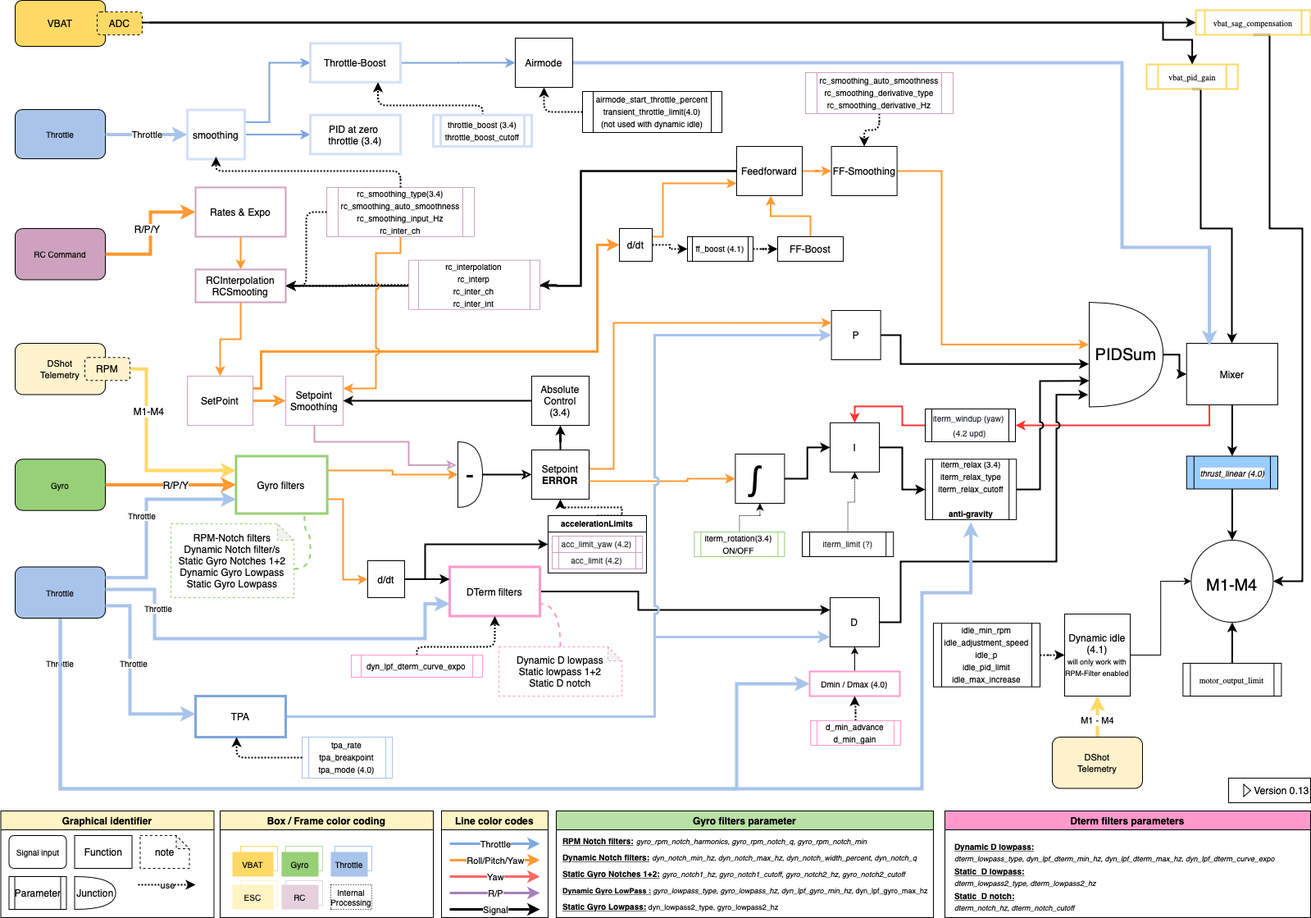
mrRobot62/betaflight_processing keeps this draw.io diagram as bf-4.2_processing-workflow.png. Above is the earlier version. Source tidied: cells renumbered, new cells last; positions are measured from the earlier drawing's top-left corner, leaving out a move shared by most shapes.
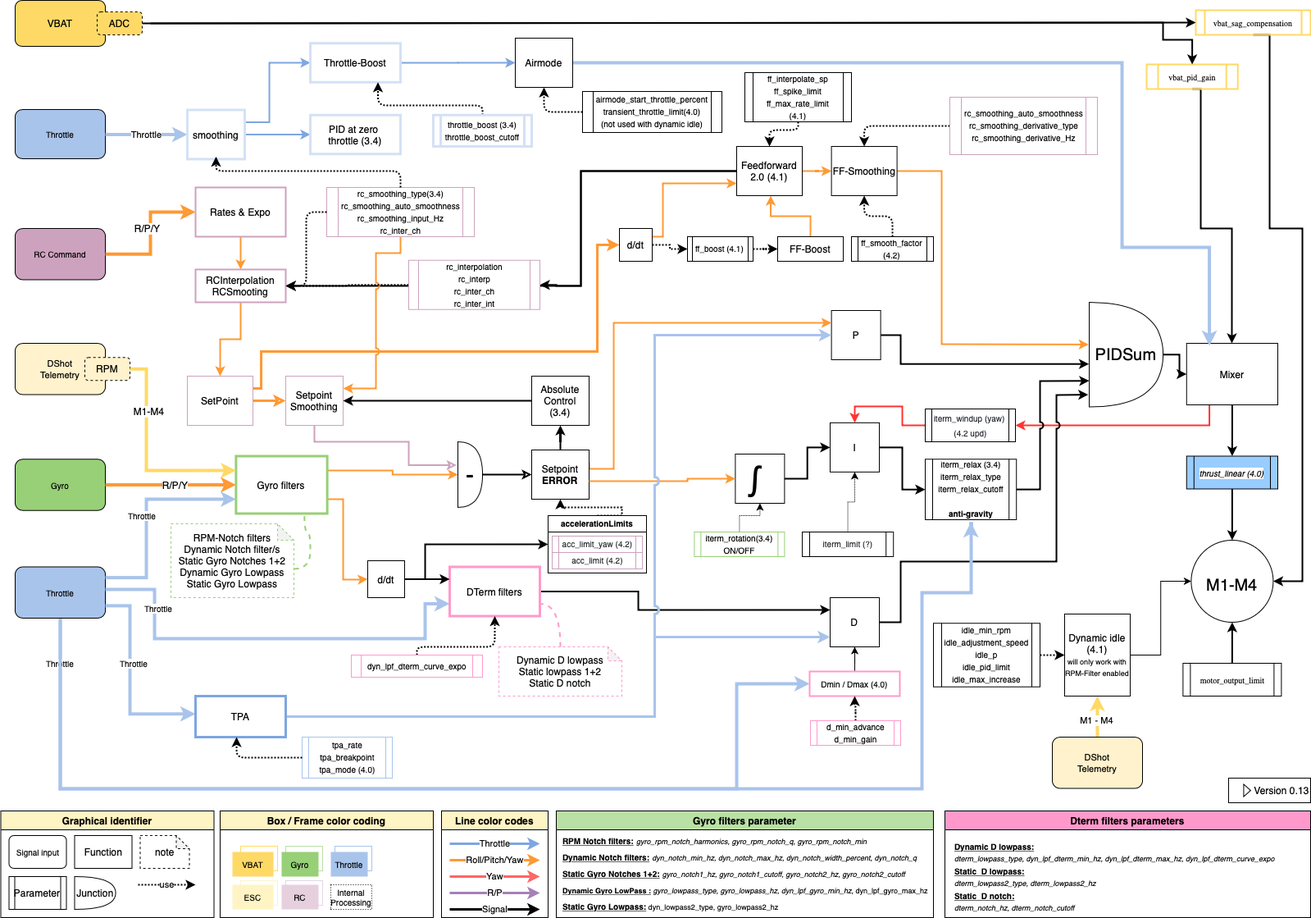
After the commit.

The edit, as a diff of the source:
```diff
@@ -169,6 +169,17 @@
     <mxCell id="47" style="edgeStyle=orthogonalEdgeStyle;rounded=0;jettySize=auto;html=1;entryX=0;entryY=0.5;entryDx=0;entryDy=0;dashed=1;dashPattern=1 1;strokeWidth=2;" parent="1" edge="1" source="122" target="174">
       <mxGeometry relative="1" as="geometry" />
     </mxCell>
+    <mxCell id="194" style="edgeStyle=orthogonalEdgeStyle;rounded=1;jettySize=auto;html=1;dashed=1;dashPattern=1 1;strokeWidth=2;exitX=0.5;exitY=1;exitDx=0;exitDy=0;" parent="1" edge="1" source="197" target="120">
+      <mxGeometry relative="1" as="geometry">
+        <Array as="points">
+          <mxPoint x="973" y="158" />
+          <mxPoint x="938" y="158" />
+        </Array>
+      </mxGeometry>
+    </mxCell>
+    <mxCell id="195" style="edgeStyle=orthogonalEdgeStyle;rounded=1;jettySize=auto;html=1;entryX=0.5;entryY=1;entryDx=0;entryDy=0;dashed=1;dashPattern=1 1;strokeWidth=2;" parent="1" edge="1" source="196" target="124">
+      <mxGeometry relative="1" as="geometry" />
+    </mxCell>
     <mxCell id="48" value="Central" parent="0" />
     <mxCell id="49" value="&lt;font style=&quot;font-size: 20px&quot;&gt;M1-M4&lt;/font&gt;" style="verticalLabelPosition=middle;shadow=0;dashed=0;align=center;html=1;verticalAlign=middle;strokeWidth=1;shape=ellipse;fontSize=32;perimeter=ellipsePerimeter;" parent="48" vertex="1">
       <mxGeometry x="1452.4" y="658" width="100" height="100" as="geometry" />
@@ -487,7 +498,7 @@
         </Array>
       </mxGeometry>
     </mxCell>
-    <mxCell id="120" value="Feedforward" style="whiteSpace=wrap;html=1;fillColor=#FFFFFF;fontSize=12;" parent="48" vertex="1">
+    <mxCell id="120" value="Feedforward 2.0 (4.1)" style="whiteSpace=wrap;html=1;fillColor=#FFFFFF;fontSize=12;" parent="48" vertex="1">
       <mxGeometry x="898" y="178" width="80" height="60" as="geometry" />
     </mxCell>
     <mxCell id="121" style="edgeStyle=orthogonalEdgeStyle;rounded=0;jumpStyle=arc;jettySize=auto;html=1;entryX=0;entryY=0.75;entryDx=0;entryDy=0;strokeWidth=2;exitX=1;exitY=0.25;exitDx=0;exitDy=0;strokeColor=#FF9933;" parent="48" edge="1" source="122" target="120">
@@ -754,7 +765,7 @@
       <mxGeometry relative="1" as="geometry" />
     </mxCell>
     <mxCell id="172" value="&lt;div class=&quot;page&quot; title=&quot;Page 1&quot;&gt;&lt;div class=&quot;section&quot;&gt;&lt;div class=&quot;layoutArea&quot;&gt;&lt;div class=&quot;column&quot;&gt;&lt;div class=&quot;page&quot; title=&quot;Page 1&quot;&gt;&lt;div class=&quot;section&quot;&gt;&lt;div class=&quot;layoutArea&quot; style=&quot;font-size: 10px&quot;&gt;&lt;div class=&quot;column&quot; style=&quot;line-height: 50%&quot;&gt;&lt;p&gt;&lt;span&gt;rc_smoothing_auto_smoothness&lt;/span&gt;&lt;br&gt;&lt;/p&gt;&lt;p&gt;rc_smoothing_derivative_type&lt;/p&gt;&lt;p&gt;rc_smoothing_derivative_Hz&lt;/p&gt;&lt;/div&gt;&lt;/div&gt;&lt;/div&gt;&lt;/div&gt;&lt;/div&gt;&lt;/div&gt;&lt;/div&gt;&lt;/div&gt;" style="shape=process;whiteSpace=wrap;html=1;backgroundOutline=1;strokeWidth=1;size=0.07692307692307693;fillColor=#FFFFFF;strokeColor=#CDA2BE;" parent="166" vertex="1">
-      <mxGeometry x="982" y="88" width="180" height="50" as="geometry" />
+      <mxGeometry x="1158" y="118" width="180" height="70" as="geometry" />
     </mxCell>
     <mxCell id="173" style="edgeStyle=orthogonalEdgeStyle;rounded=1;jettySize=auto;html=1;entryX=0;entryY=0.5;entryDx=0;entryDy=0;dashed=1;dashPattern=1 1;strokeWidth=2;" parent="166" edge="1" source="174" target="153">
       <mxGeometry relative="1" as="geometry" />
@@ -850,5 +861,11 @@
     <mxCell id="193" value="&lt;div class=&quot;page&quot; title=&quot;Page 1&quot;&gt;&lt;div class=&quot;section&quot;&gt;&lt;div class=&quot;layoutArea&quot;&gt;&lt;div class=&quot;column&quot;&gt;&lt;div class=&quot;page&quot; title=&quot;Page 1&quot;&gt;&lt;div class=&quot;section&quot;&gt;&lt;div class=&quot;layoutArea&quot; style=&quot;font-size: 10px&quot;&gt;&lt;div class=&quot;column&quot; style=&quot;line-height: 50%&quot;&gt;&lt;p&gt;&lt;span style=&quot;color: rgb(36 , 41 , 46) ; font-family: , &amp;#34;blinkmacsystemfont&amp;#34; , &amp;#34;segoe ui&amp;#34; , &amp;#34;helvetica&amp;#34; , &amp;#34;arial&amp;#34; , sans-serif , &amp;#34;apple color emoji&amp;#34; , &amp;#34;segoe ui emoji&amp;#34; ; background-color: rgb(255 , 255 , 255)&quot;&gt;iterm_limit (?)&lt;/span&gt;&lt;/p&gt;&lt;/div&gt;&lt;/div&gt;&lt;/div&gt;&lt;/div&gt;&lt;/div&gt;&lt;/div&gt;&lt;/div&gt;&lt;/div&gt;" style="shape=process;whiteSpace=wrap;html=1;backgroundOutline=1;strokeWidth=1;size=0.07692307692307693;fillColor=#FFFFFF;" parent="166" vertex="1">
       <mxGeometry x="978" y="648" width="111.2" height="30" as="geometry" />
     </mxCell>
+    <mxCell id="196" value="&lt;div class=&quot;page&quot; title=&quot;Page 1&quot;&gt;&lt;div class=&quot;section&quot;&gt;&lt;div class=&quot;layoutArea&quot;&gt;&lt;div class=&quot;column&quot;&gt;&lt;div class=&quot;page&quot; title=&quot;Page 1&quot;&gt;&lt;div class=&quot;section&quot;&gt;&lt;div class=&quot;layoutArea&quot; style=&quot;font-size: 10px&quot;&gt;&lt;div class=&quot;column&quot; style=&quot;line-height: 50%&quot;&gt;&lt;p&gt;ff_smooth_factor&lt;/p&gt;&lt;p&gt;(4.2)&lt;/p&gt;&lt;/div&gt;&lt;/div&gt;&lt;/div&gt;&lt;/div&gt;&lt;/div&gt;&lt;/div&gt;&lt;/div&gt;&lt;/div&gt;" style="shape=process;whiteSpace=wrap;html=1;backgroundOutline=1;strokeWidth=1;size=0.07692307692307693;fillColor=none;" parent="166" vertex="1">
+      <mxGeometry x="1038" y="288" width="100" height="30" as="geometry" />
+    </mxCell>
+    <mxCell id="197" value="&lt;div class=&quot;page&quot; title=&quot;Page 1&quot;&gt;&lt;div class=&quot;section&quot;&gt;&lt;div class=&quot;layoutArea&quot;&gt;&lt;div class=&quot;column&quot;&gt;&lt;div class=&quot;page&quot; title=&quot;Page 1&quot;&gt;&lt;div class=&quot;section&quot;&gt;&lt;div class=&quot;layoutArea&quot; style=&quot;font-size: 10px&quot;&gt;&lt;div class=&quot;column&quot; style=&quot;line-height: 50%&quot;&gt;&lt;p&gt;ff_interpolate_sp&lt;/p&gt;&lt;p&gt;ff_spike_limit&lt;/p&gt;&lt;p&gt;ff_max_rate_limit&lt;br&gt;&lt;/p&gt;&lt;p&gt;(4.1)&lt;/p&gt;&lt;/div&gt;&lt;/div&gt;&lt;/div&gt;&lt;/div&gt;&lt;/div&gt;&lt;/div&gt;&lt;/div&gt;&lt;/div&gt;" style="shape=process;whiteSpace=wrap;html=1;backgroundOutline=1;strokeWidth=1;size=0.07692307692307693;fillColor=#FFFFFF;" parent="166" vertex="1">
+      <mxGeometry x="908" y="88" width="130" height="60" as="geometry" />
+    </mxCell>
   </root>
 </mxGraphModel>
```
